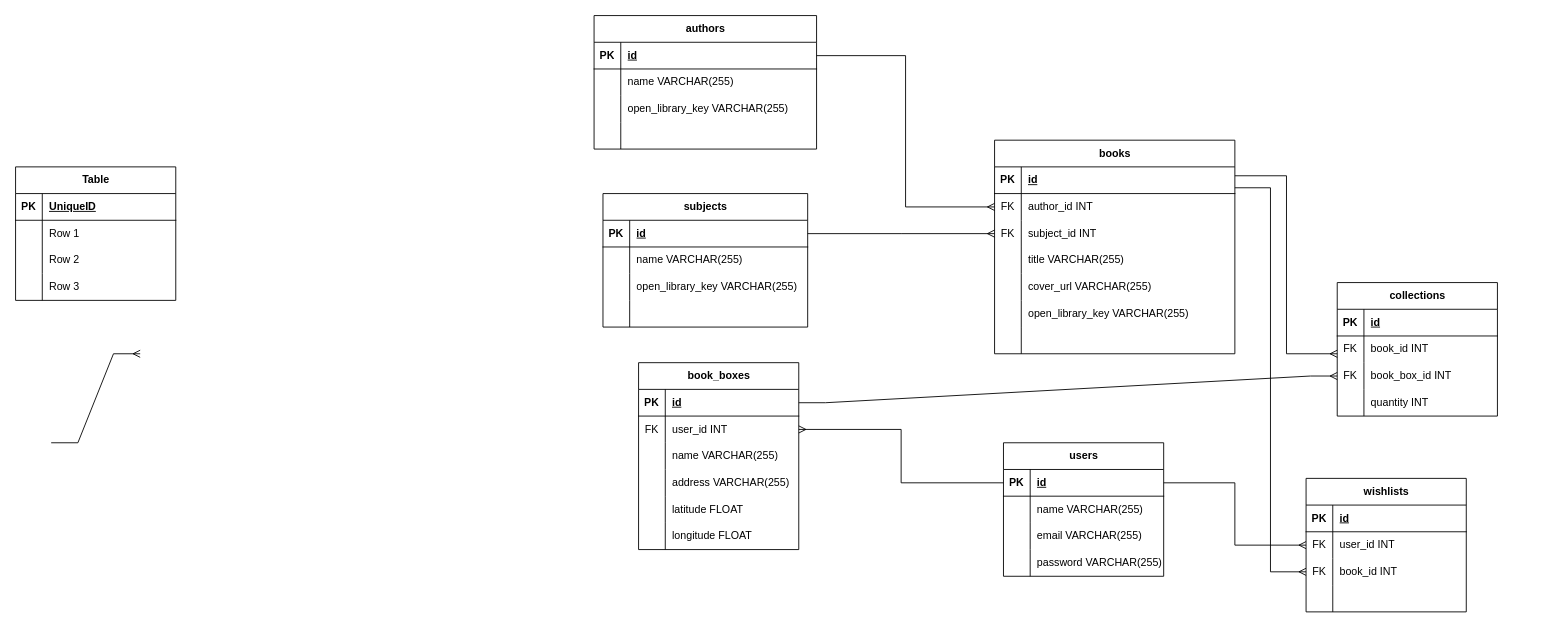
The draw.io diagram Planning/victoria-book-box-erd.drawio in Vani11aG310/victoria-book-box, before the edit. Source tidied: cells renumbered, new cells numbered last; positions are measured from the earlier drawing's top-left corner, leaving out a move shared by most shapes. Both pictures are drawn from the tidied source at 89%, with x=0, y=0 at pixel (15, 15).
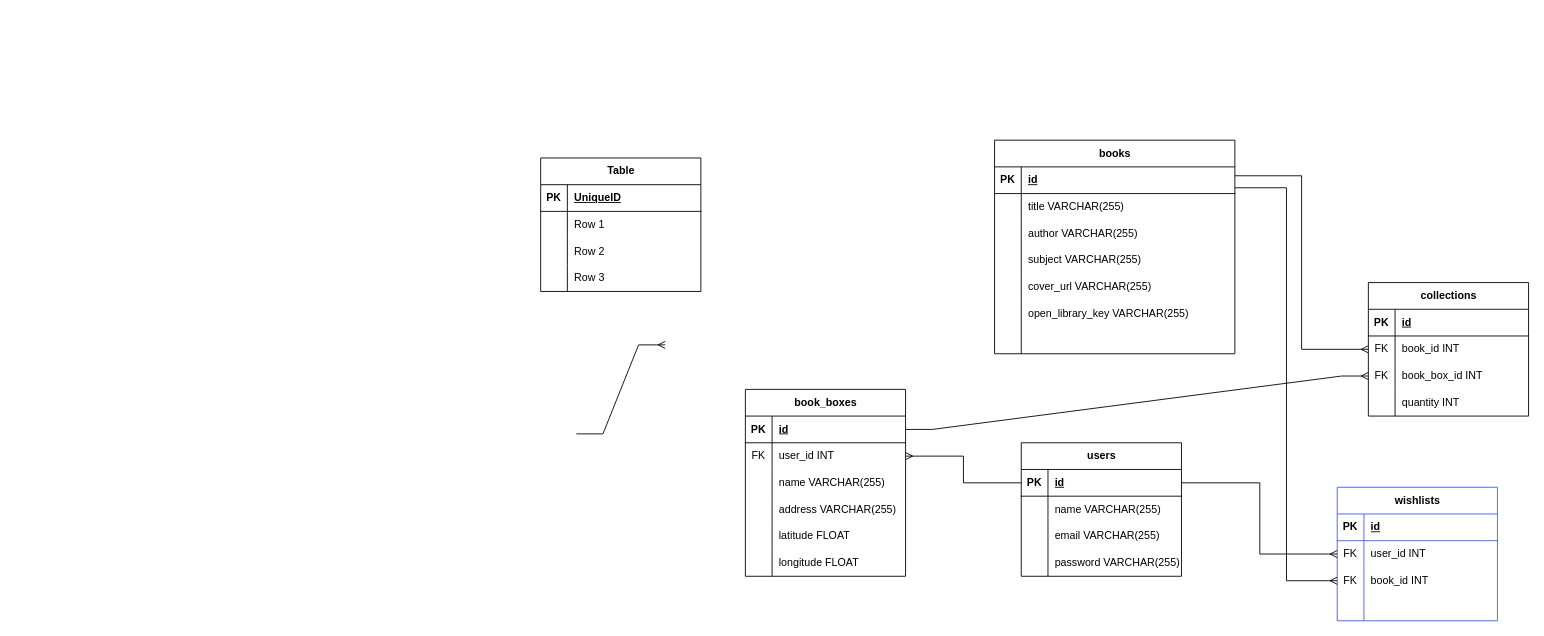
The same page after the edit.

Commit message (it also covers changes not shown here):
update ERD and rails backend to no longer need author and subject tables

The change refers to these unchanged cells:
```xml
<mxCell id="48" value="books" style="shape=table;startSize=30;childLayout=tableLayout;rowLines=0;fontStyle=1;align=center;html=1;" parent="1" vertex="1">
  <mxGeometry x="1100" y="140" width="270" height="240" as="geometry" />
</mxCell>
<mxCell id="104" style="shape=tableRow;horizontal=0;startSize=0;swimlaneHead=0;swimlaneBody=0;fillColor=none;points=[[0,0.5],[1,0.5]];portConstraint=eastwest;top=0;left=0;right=0;bottom=0;" parent="100" vertex="1">
  <mxGeometry y="60" width="180" height="30" as="geometry" />
</mxCell>
```

Change to the diagram source:
```diff
@@
     <mxCell id="2" value="Table" style="shape=table;startSize=30;childLayout=tableLayout;rowLines=0;fontStyle=1;align=center;html=1;" parent="1" vertex="1">
-      <mxGeometry y="170" width="180" height="150" as="geometry" />
+      <mxGeometry x="590" y="160" width="180" height="150" as="geometry" />
     </mxCell>
@@
     <mxCell id="15" style="edgeStyle=entityRelationEdgeStyle;fontSize=12;html=1;endArrow=ERmany;rounded=0;" parent="1" edge="1">
       <mxGeometry relative="1" as="geometry">
-        <mxPoint x="40" y="480" as="sourcePoint" />
-        <mxPoint x="140" y="380" as="targetPoint" />
+        <mxPoint x="630" y="470" as="sourcePoint" />
+        <mxPoint x="730" y="370" as="targetPoint" />
       </mxGeometry>
     </mxCell>
     <mxCell id="16" value="users" style="shape=table;startSize=30;childLayout=tableLayout;rowLines=0;fontStyle=1;align=center;html=1;" parent="1" vertex="1">
-      <mxGeometry x="1110" y="480" width="180" height="150" as="geometry" />
+      <mxGeometry x="1130" y="480" width="180" height="150" as="geometry" />
     </mxCell>
@@
     <mxCell id="29" value="book_boxes" style="shape=table;startSize=30;childLayout=tableLayout;rowLines=0;fontStyle=1;align=center;html=1;" parent="1" vertex="1">
-      <mxGeometry x="700" y="390" width="180" height="210" as="geometry" />
+      <mxGeometry x="820" y="420" width="180" height="210" as="geometry" />
     </mxCell>
@@
+    <mxCell id="58" style="shape=tableRow;horizontal=0;startSize=0;swimlaneHead=0;swimlaneBody=0;fillColor=none;top=0;left=0;right=0;bottom=0;" parent="48" vertex="1">
+      <mxGeometry y="60" width="270" height="30" as="geometry" />
+    </mxCell>
+    <mxCell id="59" style="shape=partialRectangle;fillColor=none;top=0;left=0;bottom=0;right=0;overflow=hidden;whiteSpace=wrap;html=1;" parent="58" vertex="1">
+      <mxGeometry width="30" height="30" as="geometry" />
+    </mxCell>
+    <mxCell id="60" value="title VARCHAR(255)" style="shape=partialRectangle;fillColor=none;top=0;left=0;bottom=0;right=0;align=left;spacingLeft=6;overflow=hidden;whiteSpace=wrap;html=1;" parent="58" vertex="1">
+      <mxGeometry x="30" width="240" height="30" as="geometry" />
+    </mxCell>
     <mxCell id="52" style="shape=tableRow;horizontal=0;startSize=0;swimlaneHead=0;swimlaneBody=0;fillColor=none;points=[[0,0.5],[1,0.5]];portConstraint=eastwest;top=0;left=0;right=0;bottom=0;" parent="48" vertex="1">
-      <mxGeometry y="60" width="270" height="30" as="geometry" />
+      <mxGeometry y="90" width="270" height="30" as="geometry" />
     </mxCell>
-    <mxCell id="53" value="FK" style="shape=partialRectangle;fillColor=none;top=0;left=0;bottom=0;right=0;overflow=hidden;whiteSpace=wrap;html=1;" parent="52" vertex="1">
+    <mxCell id="53" style="shape=partialRectangle;fillColor=none;top=0;left=0;bottom=0;right=0;overflow=hidden;whiteSpace=wrap;html=1;" parent="52" vertex="1">
       <mxGeometry width="30" height="30" as="geometry" />
     </mxCell>
-    <mxCell id="54" value="author_id INT" style="shape=partialRectangle;fillColor=none;top=0;left=0;bottom=0;right=0;align=left;spacingLeft=6;overflow=hidden;whiteSpace=wrap;html=1;" parent="52" vertex="1">
+    <mxCell id="54" value="author VARCHAR(255)" style="shape=partialRectangle;fillColor=none;top=0;left=0;bottom=0;right=0;align=left;spacingLeft=6;overflow=hidden;whiteSpace=wrap;html=1;" parent="52" vertex="1">
       <mxGeometry x="30" width="240" height="30" as="geometry" />
     </mxCell>
     <mxCell id="55" style="shape=tableRow;horizontal=0;startSize=0;swimlaneHead=0;swimlaneBody=0;fillColor=none;points=[[0,0.5],[1,0.5]];portConstraint=eastwest;top=0;left=0;right=0;bottom=0;" parent="48" vertex="1">
-      <mxGeometry y="90" width="270" height="30" as="geometry" />
+      <mxGeometry y="120" width="270" height="30" as="geometry" />
     </mxCell>
-    <mxCell id="56" value="FK" style="shape=partialRectangle;fillColor=none;top=0;left=0;bottom=0;right=0;overflow=hidden;whiteSpace=wrap;html=1;" parent="55" vertex="1">
+    <mxCell id="56" style="shape=partialRectangle;fillColor=none;top=0;left=0;bottom=0;right=0;overflow=hidden;whiteSpace=wrap;html=1;" parent="55" vertex="1">
       <mxGeometry width="30" height="30" as="geometry" />
     </mxCell>
-    <mxCell id="57" value="subject_id INT" style="shape=partialRectangle;fillColor=none;top=0;left=0;bottom=0;right=0;align=left;spacingLeft=6;overflow=hidden;whiteSpace=wrap;html=1;" parent="55" vertex="1">
+    <mxCell id="57" value="subject VARCHAR(255)" style="shape=partialRectangle;fillColor=none;top=0;left=0;bottom=0;right=0;align=left;spacingLeft=6;overflow=hidden;whiteSpace=wrap;html=1;" parent="55" vertex="1">
       <mxGeometry x="30" width="240" height="30" as="geometry" />
     </mxCell>
-    <mxCell id="58" style="shape=tableRow;horizontal=0;startSize=0;swimlaneHead=0;swimlaneBody=0;fillColor=none;top=0;left=0;right=0;bottom=0;" parent="48" vertex="1">
-      <mxGeometry y="120" width="270" height="30" as="geometry" />
-    </mxCell>
-    <mxCell id="59" style="shape=partialRectangle;fillColor=none;top=0;left=0;bottom=0;right=0;overflow=hidden;whiteSpace=wrap;html=1;" parent="58" vertex="1">
-      <mxGeometry width="30" height="30" as="geometry" />
-    </mxCell>
-    <mxCell id="60" value="title VARCHAR(255)" style="shape=partialRectangle;fillColor=none;top=0;left=0;bottom=0;right=0;align=left;spacingLeft=6;overflow=hidden;whiteSpace=wrap;html=1;" parent="58" vertex="1">
-      <mxGeometry x="30" width="240" height="30" as="geometry" />
-    </mxCell>
@@
-    <mxCell id="71" value="subjects" style="shape=table;startSize=30;childLayout=tableLayout;rowLines=0;fontStyle=1;align=center;html=1;" parent="1" vertex="1">
-      <mxGeometry x="660" y="200" width="230" height="150" as="geometry" />
-    </mxCell>
-    <mxCell id="72" style="shape=tableRow;horizontal=0;startSize=0;swimlaneHead=0;swimlaneBody=0;fillColor=none;points=[[0,0.5],[1,0.5]];portConstraint=eastwest;top=0;left=0;right=0;bottom=1;" parent="71" vertex="1">
-      <mxGeometry y="30" width="230" height="30" as="geometry" />
-    </mxCell>
-    <mxCell id="73" value="PK" style="shape=partialRectangle;fillColor=none;top=0;left=0;bottom=0;right=0;fontStyle=1;overflow=hidden;whiteSpace=wrap;html=1;" parent="72" vertex="1">
-      <mxGeometry width="30" height="30" as="geometry" />
-    </mxCell>
-    <mxCell id="74" value="id" style="shape=partialRectangle;fillColor=none;top=0;left=0;bottom=0;right=0;align=left;spacingLeft=6;fontStyle=5;overflow=hidden;whiteSpace=wrap;html=1;" parent="72" vertex="1">
-      <mxGeometry x="30" width="200" height="30" as="geometry" />
-    </mxCell>
-    <mxCell id="75" style="shape=tableRow;horizontal=0;startSize=0;swimlaneHead=0;swimlaneBody=0;fillColor=none;top=0;left=0;right=0;bottom=0;" parent="71" vertex="1">
-      <mxGeometry y="60" width="230" height="30" as="geometry" />
-    </mxCell>
-    <mxCell id="76" style="shape=partialRectangle;fillColor=none;top=0;left=0;bottom=0;right=0;overflow=hidden;whiteSpace=wrap;html=1;" parent="75" vertex="1">
-      <mxGeometry width="30" height="30" as="geometry" />
-    </mxCell>
-    <mxCell id="77" value="name VARCHAR(255)" style="shape=partialRectangle;fillColor=none;top=0;left=0;bottom=0;right=0;align=left;spacingLeft=6;overflow=hidden;whiteSpace=wrap;html=1;" parent="75" vertex="1">
-      <mxGeometry x="30" width="200" height="30" as="geometry" />
-    </mxCell>
-    <mxCell id="78" style="shape=tableRow;horizontal=0;startSize=0;swimlaneHead=0;swimlaneBody=0;fillColor=none;top=0;left=0;right=0;bottom=0;" parent="71" vertex="1">
-      <mxGeometry y="90" width="230" height="30" as="geometry" />
-    </mxCell>
-    <mxCell id="79" style="shape=partialRectangle;fillColor=none;top=0;left=0;bottom=0;right=0;overflow=hidden;whiteSpace=wrap;html=1;" parent="78" vertex="1">
-      <mxGeometry width="30" height="30" as="geometry" />
-    </mxCell>
-    <mxCell id="80" value="open_library_key VARCHAR(255)" style="shape=partialRectangle;fillColor=none;top=0;left=0;bottom=0;right=0;align=left;spacingLeft=6;overflow=hidden;whiteSpace=wrap;html=1;" parent="78" vertex="1">
-      <mxGeometry x="30" width="200" height="30" as="geometry" />
-    </mxCell>
-    <mxCell id="81" style="shape=tableRow;horizontal=0;startSize=0;swimlaneHead=0;swimlaneBody=0;fillColor=none;top=0;left=0;right=0;bottom=0;" parent="71" vertex="1">
-      <mxGeometry y="120" width="230" height="30" as="geometry" />
-    </mxCell>
-    <mxCell id="82" style="shape=partialRectangle;fillColor=none;top=0;left=0;bottom=0;right=0;overflow=hidden;whiteSpace=wrap;html=1;" parent="81" vertex="1">
-      <mxGeometry width="30" height="30" as="geometry" />
-    </mxCell>
-    <mxCell id="83" style="shape=partialRectangle;fillColor=none;top=0;left=0;bottom=0;right=0;align=left;spacingLeft=6;overflow=hidden;whiteSpace=wrap;html=1;" parent="81" vertex="1">
-      <mxGeometry x="30" width="200" height="30" as="geometry" />
-    </mxCell>
-    <mxCell id="84" value="authors" style="shape=table;startSize=30;childLayout=tableLayout;rowLines=0;fontStyle=1;align=center;html=1;" parent="1" vertex="1">
-      <mxGeometry x="650" width="250" height="150" as="geometry" />
-    </mxCell>
-    <mxCell id="85" style="shape=tableRow;horizontal=0;startSize=0;swimlaneHead=0;swimlaneBody=0;fillColor=none;points=[[0,0.5],[1,0.5]];portConstraint=eastwest;top=0;left=0;right=0;bottom=1;" parent="84" vertex="1">
-      <mxGeometry y="30" width="250" height="30" as="geometry" />
-    </mxCell>
-    <mxCell id="86" value="PK" style="shape=partialRectangle;fillColor=none;top=0;left=0;bottom=0;right=0;fontStyle=1;overflow=hidden;whiteSpace=wrap;html=1;" parent="85" vertex="1">
-      <mxGeometry width="30" height="30" as="geometry" />
-    </mxCell>
-    <mxCell id="87" value="id" style="shape=partialRectangle;fillColor=none;top=0;left=0;bottom=0;right=0;align=left;spacingLeft=6;fontStyle=5;overflow=hidden;whiteSpace=wrap;html=1;" parent="85" vertex="1">
-      <mxGeometry x="30" width="220" height="30" as="geometry" />
-    </mxCell>
-    <mxCell id="88" style="shape=tableRow;horizontal=0;startSize=0;swimlaneHead=0;swimlaneBody=0;fillColor=none;top=0;left=0;right=0;bottom=0;" parent="84" vertex="1">
-      <mxGeometry y="60" width="250" height="30" as="geometry" />
-    </mxCell>
-    <mxCell id="89" style="shape=partialRectangle;fillColor=none;top=0;left=0;bottom=0;right=0;overflow=hidden;whiteSpace=wrap;html=1;" parent="88" vertex="1">
-      <mxGeometry width="30" height="30" as="geometry" />
-    </mxCell>
-    <mxCell id="90" value="name VARCHAR(255)" style="shape=partialRectangle;fillColor=none;top=0;left=0;bottom=0;right=0;align=left;spacingLeft=6;overflow=hidden;whiteSpace=wrap;html=1;" parent="88" vertex="1">
-      <mxGeometry x="30" width="220" height="30" as="geometry" />
-    </mxCell>
-    <mxCell id="91" style="shape=tableRow;horizontal=0;startSize=0;swimlaneHead=0;swimlaneBody=0;fillColor=none;top=0;left=0;right=0;bottom=0;" parent="84" vertex="1">
-      <mxGeometry y="90" width="250" height="30" as="geometry" />
-    </mxCell>
-    <mxCell id="92" style="shape=partialRectangle;fillColor=none;top=0;left=0;bottom=0;right=0;overflow=hidden;whiteSpace=wrap;html=1;" parent="91" vertex="1">
-      <mxGeometry width="30" height="30" as="geometry" />
-    </mxCell>
-    <mxCell id="93" value="open_library_key VARCHAR(255)" style="shape=partialRectangle;fillColor=none;top=0;left=0;bottom=0;right=0;align=left;spacingLeft=6;overflow=hidden;whiteSpace=wrap;html=1;" parent="91" vertex="1">
-      <mxGeometry x="30" width="220" height="30" as="geometry" />
-    </mxCell>
-    <mxCell id="94" style="shape=tableRow;horizontal=0;startSize=0;swimlaneHead=0;swimlaneBody=0;fillColor=none;top=0;left=0;right=0;bottom=0;" parent="84" vertex="1">
-      <mxGeometry y="120" width="250" height="30" as="geometry" />
-    </mxCell>
-    <mxCell id="95" style="shape=partialRectangle;fillColor=none;top=0;left=0;bottom=0;right=0;overflow=hidden;whiteSpace=wrap;html=1;" parent="94" vertex="1">
-      <mxGeometry width="30" height="30" as="geometry" />
-    </mxCell>
-    <mxCell id="96" style="shape=partialRectangle;fillColor=none;top=0;left=0;bottom=0;right=0;align=left;spacingLeft=6;overflow=hidden;whiteSpace=wrap;html=1;" parent="94" vertex="1">
-      <mxGeometry x="30" width="220" height="30" as="geometry" />
-    </mxCell>
-    <mxCell id="97" style="edgeStyle=elbowEdgeStyle;fontSize=12;html=1;endArrow=ERmany;rounded=0;exitX=1;exitY=0.5;exitDx=0;exitDy=0;entryX=0;entryY=0.5;entryDx=0;entryDy=0;" parent="1" edge="1" source="72" target="55">
-      <mxGeometry relative="1" as="geometry" />
-    </mxCell>
-    <mxCell id="98" style="edgeStyle=elbowEdgeStyle;fontSize=12;html=1;endArrow=ERmany;rounded=0;exitX=1;exitY=0.5;exitDx=0;exitDy=0;entryX=0;entryY=0.5;entryDx=0;entryDy=0;" parent="1" edge="1" source="85" target="52">
-      <mxGeometry relative="1" as="geometry" />
-    </mxCell>
@@
     <mxCell id="100" value="collections" style="shape=table;startSize=30;childLayout=tableLayout;rowLines=0;fontStyle=1;align=center;html=1;" parent="1" vertex="1">
-      <mxGeometry x="1485" y="300" width="180" height="150" as="geometry" />
+      <mxGeometry x="1520" y="300" width="180" height="150" as="geometry" />
     </mxCell>
@@
-    <mxCell id="113" style="edgeStyle=elbowEdgeStyle;fontSize=12;html=1;endArrow=ERmany;rounded=0;entryX=0;entryY=0.5;entryDx=0;entryDy=0;" parent="1" edge="1">
+    <mxCell id="113" style="edgeStyle=elbowEdgeStyle;fontSize=12;html=1;endArrow=ERmany;rounded=0;entryX=0;entryY=0.5;entryDx=0;entryDy=0;" parent="1" edge="1" target="104">
       <mxGeometry relative="1" as="geometry">
         <mxPoint x="1370" y="180" as="sourcePoint" />
-        <mxPoint x="1485" y="380" as="targetPoint" />
       </mxGeometry>
     </mxCell>
-    <mxCell id="114" value="wishlists" style="shape=table;startSize=30;childLayout=tableLayout;rowLines=0;fontStyle=1;align=center;html=1;" parent="1" vertex="1">
-      <mxGeometry x="1450" y="520" width="180" height="150" as="geometry" />
+    <mxCell id="114" value="wishlists" style="shape=table;startSize=30;childLayout=tableLayout;rowLines=0;fontStyle=1;align=center;html=1;strokeColor=#3B5BFF;" parent="1" vertex="1">
+      <mxGeometry x="1485" y="530" width="180" height="150" as="geometry" />
     </mxCell>
-    <mxCell id="115" style="shape=tableRow;horizontal=0;startSize=0;swimlaneHead=0;swimlaneBody=0;fillColor=none;top=0;left=0;right=0;bottom=1;" parent="114" vertex="1">
+    <mxCell id="115" style="shape=tableRow;horizontal=0;startSize=0;swimlaneHead=0;swimlaneBody=0;fillColor=none;top=0;left=0;right=0;bottom=1;strokeColor=#3B5BFF;" parent="114" vertex="1">
       <mxGeometry y="30" width="180" height="30" as="geometry" />
     </mxCell>
-    <mxCell id="116" value="PK" style="shape=partialRectangle;fillColor=none;top=0;left=0;bottom=0;right=0;fontStyle=1;overflow=hidden;whiteSpace=wrap;html=1;" parent="115" vertex="1">
+    <mxCell id="116" value="PK" style="shape=partialRectangle;fillColor=none;top=0;left=0;bottom=0;right=0;fontStyle=1;overflow=hidden;whiteSpace=wrap;html=1;strokeColor=#3B5BFF;" parent="115" vertex="1">
       <mxGeometry width="30" height="30" as="geometry" />
     </mxCell>
-    <mxCell id="117" value="id" style="shape=partialRectangle;fillColor=none;top=0;left=0;bottom=0;right=0;align=left;spacingLeft=6;fontStyle=5;overflow=hidden;whiteSpace=wrap;html=1;" parent="115" vertex="1">
+    <mxCell id="117" value="id" style="shape=partialRectangle;fillColor=none;top=0;left=0;bottom=0;right=0;align=left;spacingLeft=6;fontStyle=5;overflow=hidden;whiteSpace=wrap;html=1;strokeColor=#3B5BFF;" parent="115" vertex="1">
       <mxGeometry x="30" width="150" height="30" as="geometry" />
     </mxCell>
-    <mxCell id="118" style="shape=tableRow;horizontal=0;startSize=0;swimlaneHead=0;swimlaneBody=0;fillColor=none;points=[[0,0.5],[1,0.5]];portConstraint=eastwest;top=0;left=0;right=0;bottom=0;" parent="114" vertex="1">
+    <mxCell id="118" style="shape=tableRow;horizontal=0;startSize=0;swimlaneHead=0;swimlaneBody=0;fillColor=none;points=[[0,0.5],[1,0.5]];portConstraint=eastwest;top=0;left=0;right=0;bottom=0;strokeColor=#3B5BFF;" parent="114" vertex="1">
       <mxGeometry y="60" width="180" height="30" as="geometry" />
     </mxCell>
-    <mxCell id="119" value="FK" style="shape=partialRectangle;fillColor=none;top=0;left=0;bottom=0;right=0;overflow=hidden;whiteSpace=wrap;html=1;" parent="118" vertex="1">
+    <mxCell id="119" value="FK" style="shape=partialRectangle;fillColor=none;top=0;left=0;bottom=0;right=0;overflow=hidden;whiteSpace=wrap;html=1;strokeColor=#3B5BFF;" parent="118" vertex="1">
       <mxGeometry width="30" height="30" as="geometry" />
     </mxCell>
-    <mxCell id="120" value="user_id INT" style="shape=partialRectangle;fillColor=none;top=0;left=0;bottom=0;right=0;align=left;spacingLeft=6;overflow=hidden;whiteSpace=wrap;html=1;" parent="118" vertex="1">
+    <mxCell id="120" value="user_id INT" style="shape=partialRectangle;fillColor=none;top=0;left=0;bottom=0;right=0;align=left;spacingLeft=6;overflow=hidden;whiteSpace=wrap;html=1;strokeColor=#3B5BFF;" parent="118" vertex="1">
       <mxGeometry x="30" width="150" height="30" as="geometry" />
     </mxCell>
-    <mxCell id="121" style="shape=tableRow;horizontal=0;startSize=0;swimlaneHead=0;swimlaneBody=0;fillColor=none;points=[[0,0.5],[1,0.5]];portConstraint=eastwest;top=0;left=0;right=0;bottom=0;" parent="114" vertex="1">
+    <mxCell id="121" style="shape=tableRow;horizontal=0;startSize=0;swimlaneHead=0;swimlaneBody=0;fillColor=none;points=[[0,0.5],[1,0.5]];portConstraint=eastwest;top=0;left=0;right=0;bottom=0;strokeColor=#3B5BFF;" parent="114" vertex="1">
       <mxGeometry y="90" width="180" height="30" as="geometry" />
     </mxCell>
-    <mxCell id="122" value="FK" style="shape=partialRectangle;fillColor=none;top=0;left=0;bottom=0;right=0;overflow=hidden;whiteSpace=wrap;html=1;" parent="121" vertex="1">
+    <mxCell id="122" value="FK" style="shape=partialRectangle;fillColor=none;top=0;left=0;bottom=0;right=0;overflow=hidden;whiteSpace=wrap;html=1;strokeColor=#3B5BFF;" parent="121" vertex="1">
       <mxGeometry width="30" height="30" as="geometry" />
     </mxCell>
-    <mxCell id="123" value="book_id INT" style="shape=partialRectangle;fillColor=none;top=0;left=0;bottom=0;right=0;align=left;spacingLeft=6;overflow=hidden;whiteSpace=wrap;html=1;" parent="121" vertex="1">
+    <mxCell id="123" value="book_id INT" style="shape=partialRectangle;fillColor=none;top=0;left=0;bottom=0;right=0;align=left;spacingLeft=6;overflow=hidden;whiteSpace=wrap;html=1;strokeColor=#3B5BFF;" parent="121" vertex="1">
       <mxGeometry x="30" width="150" height="30" as="geometry" />
     </mxCell>
-    <mxCell id="124" style="shape=tableRow;horizontal=0;startSize=0;swimlaneHead=0;swimlaneBody=0;fillColor=none;top=0;left=0;right=0;bottom=0;" parent="114" vertex="1">
+    <mxCell id="124" style="shape=tableRow;horizontal=0;startSize=0;swimlaneHead=0;swimlaneBody=0;fillColor=none;top=0;left=0;right=0;bottom=0;strokeColor=#3B5BFF;" parent="114" vertex="1">
       <mxGeometry y="120" width="180" height="30" as="geometry" />
     </mxCell>
-    <mxCell id="125" style="shape=partialRectangle;fillColor=none;top=0;left=0;bottom=0;right=0;overflow=hidden;whiteSpace=wrap;html=1;" parent="124" vertex="1">
+    <mxCell id="125" style="shape=partialRectangle;fillColor=none;top=0;left=0;bottom=0;right=0;overflow=hidden;whiteSpace=wrap;html=1;strokeColor=#3B5BFF;" parent="124" vertex="1">
       <mxGeometry width="30" height="30" as="geometry" />
     </mxCell>
-    <mxCell id="126" style="shape=partialRectangle;fillColor=none;top=0;left=0;bottom=0;right=0;align=left;spacingLeft=6;overflow=hidden;whiteSpace=wrap;html=1;" parent="124" vertex="1">
+    <mxCell id="126" style="shape=partialRectangle;fillColor=none;top=0;left=0;bottom=0;right=0;align=left;spacingLeft=6;overflow=hidden;whiteSpace=wrap;html=1;strokeColor=#3B5BFF;" parent="124" vertex="1">
       <mxGeometry x="30" width="150" height="30" as="geometry" />
     </mxCell>
```
